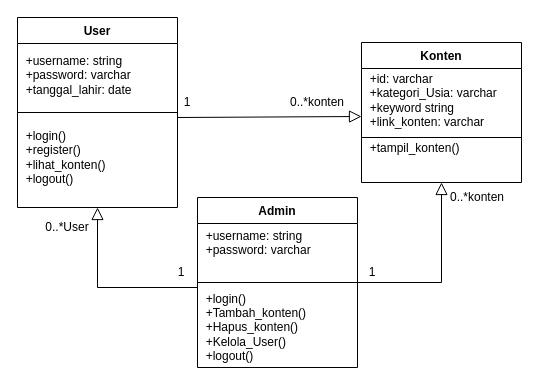
Earlier version of the draw.io diagram Class Diagram.drawio (abdraiin/Sistem-Rekomendasi-Konten). Source tidied: cells renumbered, new cells numbered last; positions are measured from the earlier drawing's top-left corner, leaving out a move shared by most shapes. Both pictures are drawn from the tidied source at 100%, with x=0, y=0 at pixel (17, 17).
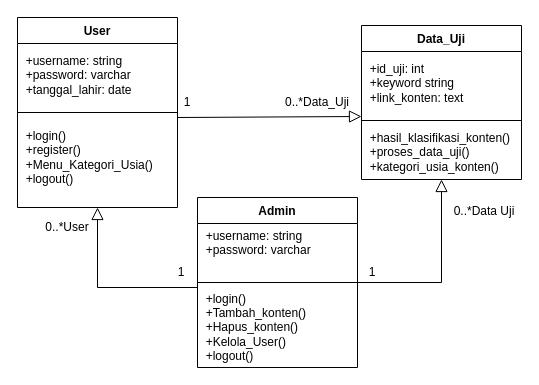
The same page after the edit.

The change refers to these unchanged cells:
```xml
<mxCell id="2" value="User" style="swimlane;fontStyle=1;align=center;verticalAlign=top;horizontal=1;startSize=26;rounded=0;shadow=0;strokeWidth=1;" parent="1" vertex="1">
  <mxGeometry width="160" height="190" as="geometry" />
</mxCell>
<mxCell id="13" value="Admin" style="swimlane;fontStyle=1;align=center;verticalAlign=top;horizontal=1;startSize=26;rounded=0;shadow=0;strokeWidth=1;" parent="1" vertex="1">
  <mxGeometry x="180" y="180" width="160" height="170" as="geometry" />
</mxCell>
```

Diff of the diagram source:
```diff
@@
-    <mxCell id="5" value="&amp;nbsp; +login()&lt;div&gt;&amp;nbsp; +register()&lt;/div&gt;&lt;div&gt;&amp;nbsp; +lihat_konten()&lt;/div&gt;&lt;div&gt;&amp;nbsp; +logout()&lt;/div&gt;" style="text;html=1;whiteSpace=wrap;strokeColor=none;fillColor=none;align=left;verticalAlign=middle;rounded=0;" parent="2" vertex="1">
+    <mxCell id="5" value="&amp;nbsp; +login()&lt;div&gt;&amp;nbsp; +register()&lt;/div&gt;&lt;div&gt;&amp;nbsp; +Menu_Kategori_Usia()&lt;/div&gt;&lt;div&gt;&amp;nbsp; +logout()&lt;/div&gt;" style="text;html=1;whiteSpace=wrap;strokeColor=none;fillColor=none;align=left;verticalAlign=middle;rounded=0;" parent="2" vertex="1">
       <mxGeometry y="100" width="160" height="80" as="geometry" />
     </mxCell>
-    <mxCell id="6" value="Konten" style="swimlane;fontStyle=1;align=center;verticalAlign=top;horizontal=1;startSize=26;rounded=0;shadow=0;strokeWidth=1;" parent="1" vertex="1">
-      <mxGeometry x="344" y="25" width="160" height="140" as="geometry" />
-    </mxCell>
-    <mxCell id="7" value="&amp;nbsp; +id: varchar&lt;div&gt;&amp;nbsp; +kategori_Usia: varchar&lt;/div&gt;&lt;div&gt;&amp;nbsp; +keyword string&lt;/div&gt;&lt;div&gt;&amp;nbsp; +link_konten: varchar&lt;/div&gt;" style="text;html=1;whiteSpace=wrap;strokeColor=none;fillColor=none;align=left;verticalAlign=middle;rounded=0;" parent="6" vertex="1">
-      <mxGeometry y="26" width="160" height="64" as="geometry" />
-    </mxCell>
-    <mxCell id="8" style="line;html=1;strokeWidth=1;align=left;verticalAlign=middle;spacingTop=-1;spacingLeft=3;spacingRight=3;labelPosition=right;" parent="6" vertex="1">
-      <mxGeometry y="90" width="160" height="10" as="geometry" />
-    </mxCell>
-    <mxCell id="9" value="&amp;nbsp; +tampil_konten()&lt;div&gt;&lt;br&gt;&lt;/div&gt;&lt;div&gt;&lt;br&gt;&lt;/div&gt;" style="text;html=1;whiteSpace=wrap;strokeColor=none;fillColor=none;align=left;verticalAlign=middle;rounded=0;" parent="6" vertex="1">
-      <mxGeometry y="100" width="160" height="40" as="geometry" />
-    </mxCell>
-    <mxCell id="10" style="endArrow=block;endSize=10;endFill=0;shadow=0;strokeWidth=1;rounded=0;elbow=vertical;exitX=1;exitY=0;exitDx=0;exitDy=0;entryX=0;entryY=0.75;entryDx=0;entryDy=0;" parent="1" edge="1" source="5" target="7">
-      <mxGeometry relative="1" as="geometry" />
+    <mxCell id="10" style="endArrow=block;endSize=10;endFill=0;shadow=0;strokeWidth=1;rounded=0;elbow=vertical;exitX=1;exitY=0;exitDx=0;exitDy=0;entryX=0;entryY=0.75;entryDx=0;entryDy=0;" parent="1" edge="1" source="5">
+      <mxGeometry relative="1" as="geometry">
+        <mxPoint x="344" y="99" as="targetPoint" />
+      </mxGeometry>
     </mxCell>
@@
-    <mxCell id="12" value="0..*konten" style="text;html=1;whiteSpace=wrap;strokeColor=none;fillColor=none;align=center;verticalAlign=middle;rounded=0;" parent="1" vertex="1">
+    <mxCell id="12" value="0..*Data_Uji" style="text;html=1;whiteSpace=wrap;strokeColor=none;fillColor=none;align=center;verticalAlign=middle;rounded=0;" parent="1" vertex="1">
       <mxGeometry x="270" y="70" width="60" height="30" as="geometry" />
     </mxCell>
@@
-    <mxCell id="17" style="endArrow=block;endSize=10;endFill=0;shadow=0;strokeWidth=1;rounded=0;elbow=vertical;entryX=0.5;entryY=1;entryDx=0;entryDy=0;exitX=1;exitY=0.5;exitDx=0;exitDy=0;" parent="1" edge="1" source="13" target="9">
+    <mxCell id="17" style="endArrow=block;endSize=10;endFill=0;shadow=0;strokeWidth=1;rounded=0;elbow=vertical;entryX=0.5;entryY=1;entryDx=0;entryDy=0;exitX=1;exitY=0.5;exitDx=0;exitDy=0;" parent="1" edge="1" source="13" target="23">
       <mxGeometry relative="1" as="geometry">
         <Array as="points">
           <mxPoint x="424" y="265" />
         </Array>
       </mxGeometry>
     </mxCell>
@@
-    <mxCell id="19" value="0..*konten" style="text;html=1;whiteSpace=wrap;strokeColor=none;fillColor=none;align=center;verticalAlign=middle;rounded=0;" parent="1" vertex="1">
-      <mxGeometry x="430" y="165" width="60" height="30" as="geometry" />
+    <mxCell id="19" value="0..*Data Uji" style="text;html=1;whiteSpace=wrap;strokeColor=none;fillColor=none;align=center;verticalAlign=middle;rounded=0;" parent="1" vertex="1">
+      <mxGeometry x="430" y="179" width="74" height="30" as="geometry" />
     </mxCell>
@@
+    <mxCell id="23" value="Data_Uji" style="swimlane;fontStyle=1;align=center;verticalAlign=top;horizontal=1;startSize=26;rounded=0;shadow=0;strokeWidth=1;" parent="1" vertex="1">
+      <mxGeometry x="344" y="8" width="160" height="154" as="geometry" />
+    </mxCell>
+    <mxCell id="24" value="&amp;nbsp; +id_uji: int&lt;div&gt;&lt;span style=&quot;background-color: transparent; color: light-dark(rgb(0, 0, 0), rgb(255, 255, 255));&quot;&gt;&amp;nbsp; +keyword string&lt;/span&gt;&lt;/div&gt;&lt;div&gt;&amp;nbsp; +link_konten: text&lt;/div&gt;" style="text;html=1;whiteSpace=wrap;strokeColor=none;fillColor=none;align=left;verticalAlign=middle;rounded=0;" parent="23" vertex="1">
+      <mxGeometry y="26" width="160" height="64" as="geometry" />
+    </mxCell>
+    <mxCell id="8" style="line;html=1;strokeWidth=1;align=left;verticalAlign=middle;spacingTop=-1;spacingLeft=3;spacingRight=3;labelPosition=right;" parent="23" vertex="1">
+      <mxGeometry y="90" width="160" height="10" as="geometry" />
+    </mxCell>
+    <mxCell id="25" value="&amp;nbsp; +hasil_klasifikasi_konten()&lt;div&gt;&amp;nbsp; +proses_data_uji()&lt;/div&gt;&lt;div&gt;&amp;nbsp; +kategori_usia_konten()&lt;/div&gt;" style="text;html=1;whiteSpace=wrap;strokeColor=none;fillColor=none;align=left;verticalAlign=middle;rounded=0;" parent="23" vertex="1">
+      <mxGeometry y="100" width="160" height="54" as="geometry" />
+    </mxCell>
```
